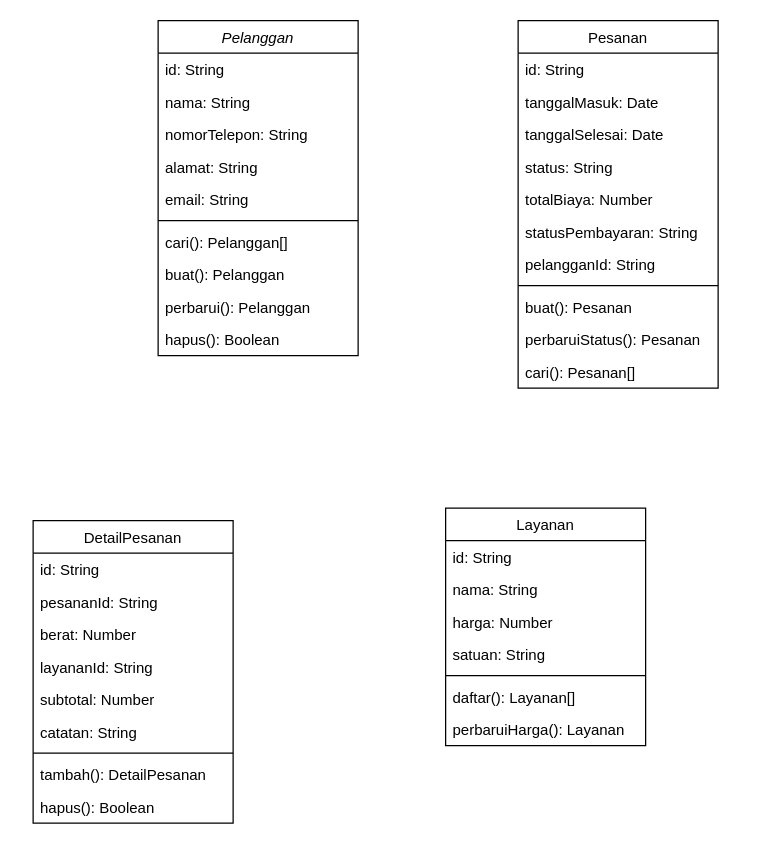
Before: uas-si-class.drawio in Rizkyhnkw/diagram, a draw.io diagram. Source tidied: cells renumbered, new cells numbered last; positions are measured from the earlier drawing's top-left corner, leaving out a move shared by most shapes. Both pictures are drawn from the tidied source at 125%, with x=0, y=0 at pixel (32, 20).
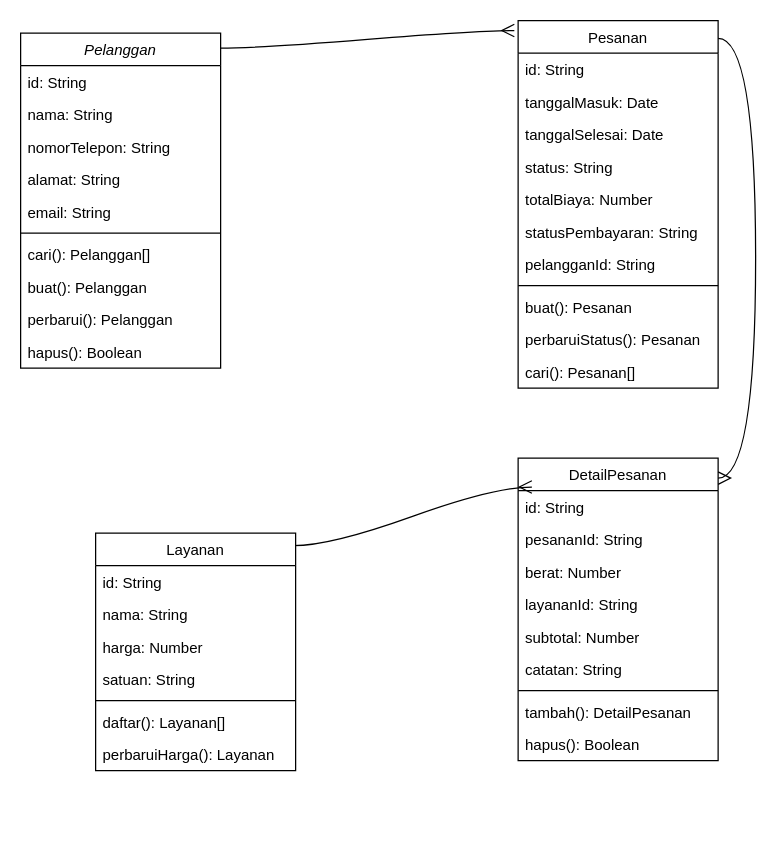
The same page after the edit.

The change refers to these unchanged cells:
```xml
<mxCell id="23" value="Pesanan" style="swimlane;fontStyle=0;align=center;verticalAlign=top;horizontal=1;startSize=26;rounded=0;shadow=0;strokeWidth=1;" parent="1" vertex="1">
  <mxGeometry x="388" width="160" height="294" as="geometry" />
</mxCell>
```

Change to the diagram source:
```diff
@@
     <mxCell id="2" value="Pelanggan" style="swimlane;fontStyle=2;align=center;verticalAlign=top;horizontal=1;startSize=26;rounded=0;shadow=0;strokeWidth=1;" parent="1" vertex="1">
-      <mxGeometry x="100" width="160" height="268" as="geometry" />
+      <mxGeometry x="-10" y="10" width="160" height="268" as="geometry" />
     </mxCell>
@@
     <mxCell id="13" value="DetailPesanan" style="swimlane;fontStyle=0;align=center;verticalAlign=top;horizontal=1;startSize=26;rounded=0;shadow=0;strokeWidth=1;" parent="1" vertex="1">
-      <mxGeometry y="400" width="160" height="242" as="geometry" />
+      <mxGeometry x="388" y="350" width="160" height="242" as="geometry" />
     </mxCell>
+    <mxCell id="43" style="edgeStyle=entityRelationEdgeStyle;fontSize=12;html=1;endArrow=ERmany;rounded=0;startSize=8;endSize=8;curved=1;exitX=0.988;exitY=0.053;exitDx=0;exitDy=0;exitPerimeter=0;entryX=0.5;entryY=1;entryDx=0;entryDy=0;" parent="13" edge="1" source="35">
+      <mxGeometry relative="1" as="geometry">
+        <mxPoint x="11" y="23.1" as="targetPoint" />
+        <Array as="points">
+          <mxPoint x="-209" y="-148.9" />
+          <mxPoint x="-89" y="-178.9" />
+        </Array>
+      </mxGeometry>
+    </mxCell>
@@
     <mxCell id="35" value="Layanan" style="swimlane;fontStyle=0;align=center;verticalAlign=top;horizontal=1;startSize=26;rounded=0;shadow=0;strokeWidth=1;" parent="1" vertex="1">
-      <mxGeometry x="330" y="390" width="160" height="190" as="geometry" />
+      <mxGeometry x="50" y="410" width="160" height="190" as="geometry" />
     </mxCell>
@@
+    <mxCell id="44" style="edgeStyle=entityRelationEdgeStyle;fontSize=12;html=1;endArrow=ERmany;rounded=0;startSize=8;endSize=8;curved=1;exitX=1;exitY=0.045;exitDx=0;exitDy=0;exitPerimeter=0;entryX=-0.019;entryY=0.027;entryDx=0;entryDy=0;entryPerimeter=0;" parent="1" edge="1" source="2" target="23">
+      <mxGeometry relative="1" as="geometry" />
+    </mxCell>
+    <mxCell id="45" style="edgeStyle=entityRelationEdgeStyle;fontSize=12;html=1;endArrow=ERmany;rounded=0;startSize=8;endSize=8;curved=1;exitX=0.013;exitY=0.048;exitDx=0;exitDy=0;exitPerimeter=0;entryX=1;entryY=0.066;entryDx=0;entryDy=0;entryPerimeter=0;" parent="1" edge="1" target="13">
+      <mxGeometry relative="1" as="geometry">
+        <mxPoint x="548" y="14.1" as="sourcePoint" />
+        <Array as="points">
+          <mxPoint x="447.9" y="380" />
+        </Array>
+      </mxGeometry>
+    </mxCell>
```
